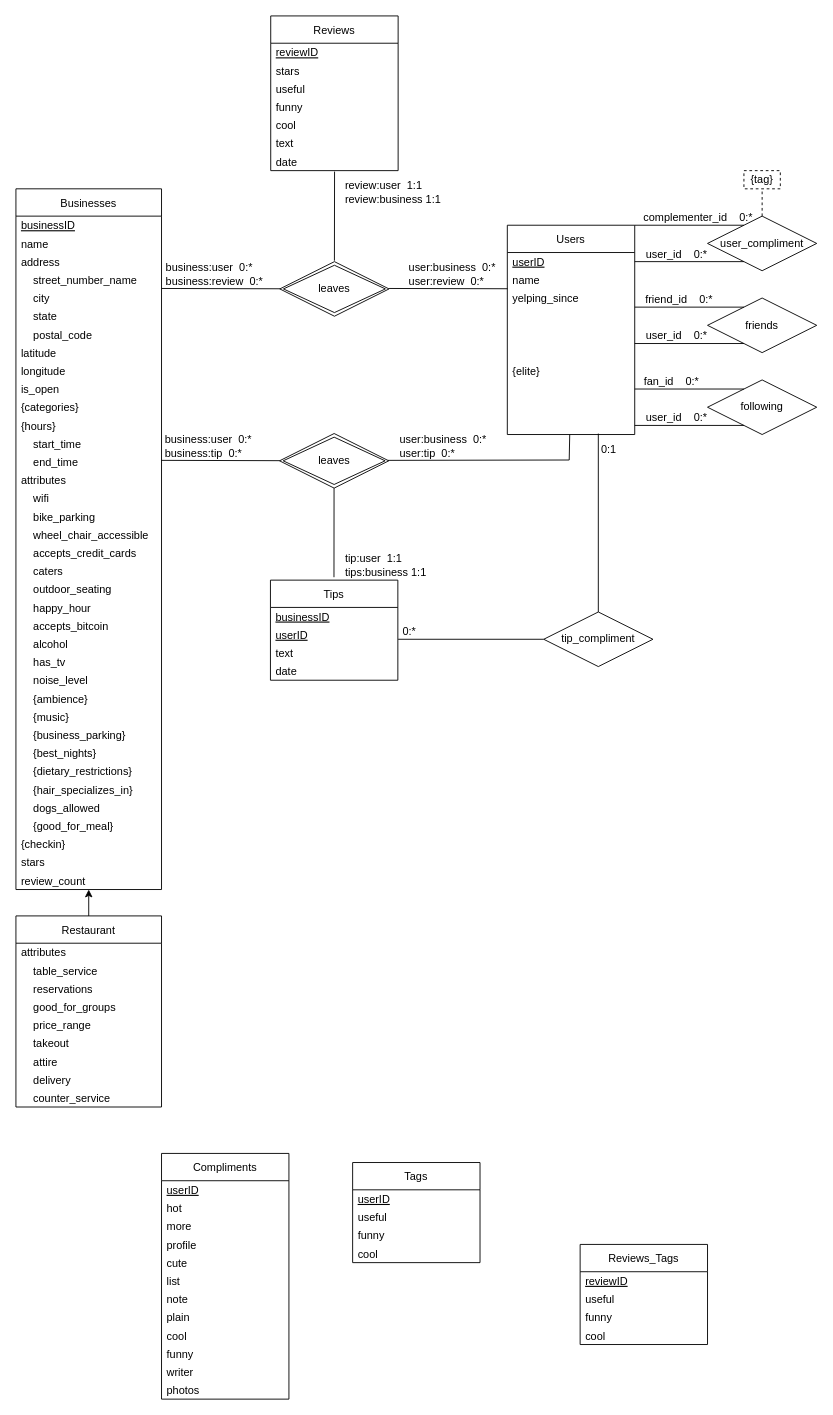
Earlier version of the draw.io diagram page "Page-1" (1 of 2) of documents/ER-model.drawio (connie-ho/data-bites). Source tidied: cells renumbered, new cells numbered last; positions are measured from the earlier drawing's top-left corner, leaving out a move shared by most shapes. Both pictures are drawn from the tidied source at 91%, with x=0, y=0 at pixel (15, 15).
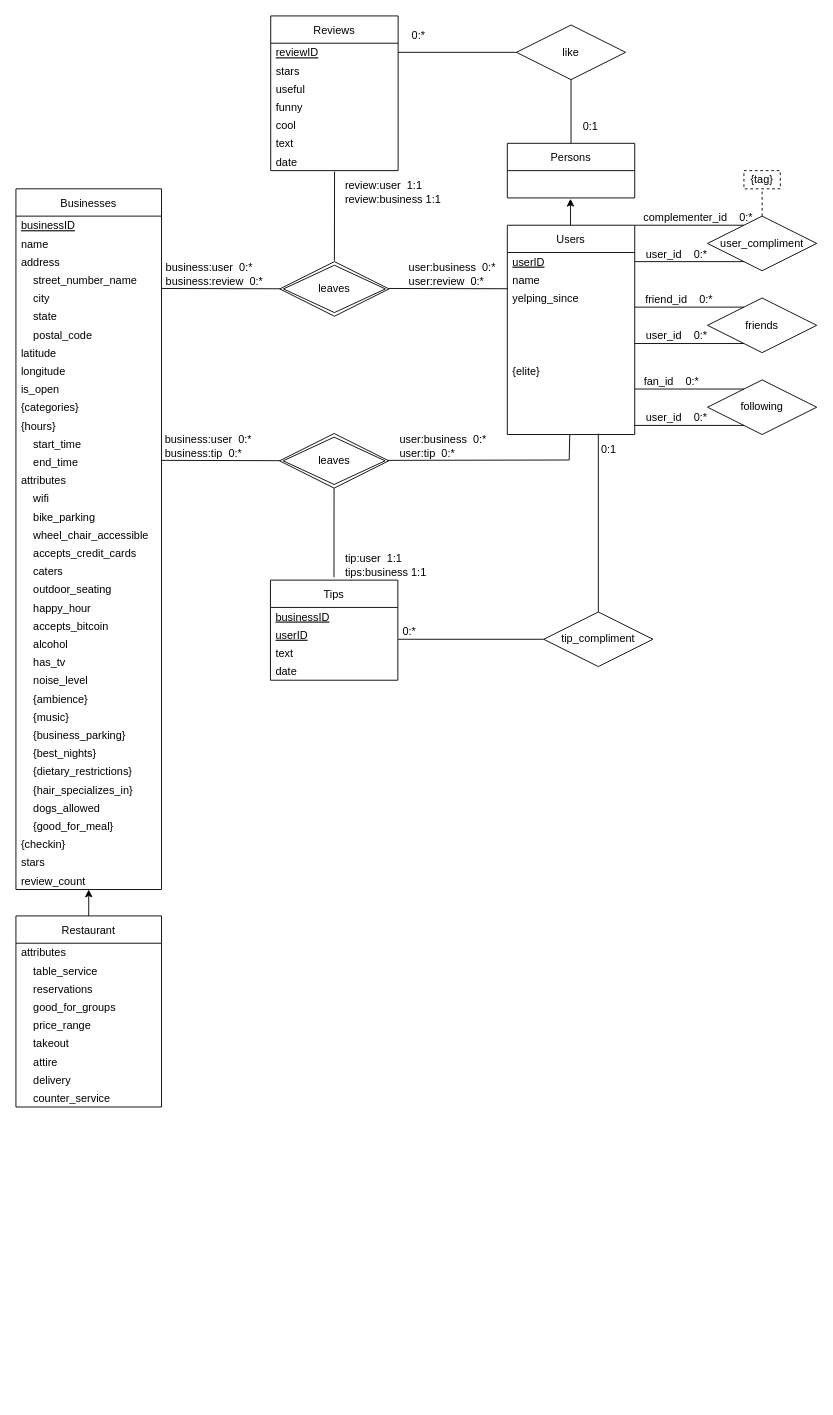
After the change.

The change refers to these unchanged cells:
```xml
<mxCell id="51" value="reviewID" style="text;strokeColor=none;fillColor=none;align=left;verticalAlign=middle;spacingLeft=4;spacingRight=4;overflow=hidden;points=[[0,0.5],[1,0.5]];portConstraint=eastwest;fontStyle=4;" parent="50" vertex="1">
  <mxGeometry y="30" width="140" height="20" as="geometry" />
</mxCell>
```

What changed in the source:
```diff
@@
-    <mxCell id="68" value="Reviews_Tags" style="swimlane;fontStyle=0;horizontal=1;startSize=30;" parent="1" vertex="1">
-      <mxGeometry x="620" y="1350" width="140" height="110" as="geometry" />
-    </mxCell>
-    <mxCell id="69" value="reviewID" style="text;strokeColor=none;fillColor=none;align=left;verticalAlign=middle;spacingLeft=4;spacingRight=4;overflow=hidden;fontStyle=4;" parent="68" vertex="1">
-      <mxGeometry y="30" width="140" height="20" as="geometry" />
-    </mxCell>
-    <mxCell id="70" value="useful" style="text;strokeColor=none;fillColor=none;align=left;verticalAlign=middle;spacingLeft=4;spacingRight=4;overflow=hidden;fontStyle=0;" parent="68" vertex="1">
-      <mxGeometry y="50" width="140" height="20" as="geometry" />
-    </mxCell>
-    <mxCell id="71" value="funny" style="text;strokeColor=none;fillColor=none;align=left;verticalAlign=middle;spacingLeft=4;spacingRight=4;overflow=hidden;fontStyle=0;" parent="68" vertex="1">
-      <mxGeometry y="70" width="140" height="20" as="geometry" />
-    </mxCell>
-    <mxCell id="72" value="cool" style="text;strokeColor=none;fillColor=none;align=left;verticalAlign=middle;spacingLeft=4;spacingRight=4;overflow=hidden;fontStyle=0;" parent="68" vertex="1">
-      <mxGeometry y="90" width="140" height="20" as="geometry" />
-    </mxCell>
-    <mxCell id="73" value="Tags" style="swimlane;fontStyle=0;horizontal=1;startSize=30;" parent="1" vertex="1">
-      <mxGeometry x="370" y="1260" width="140" height="110" as="geometry" />
-    </mxCell>
-    <mxCell id="74" value="userID" style="text;strokeColor=none;fillColor=none;align=left;verticalAlign=middle;spacingLeft=4;spacingRight=4;overflow=hidden;fontStyle=4;" parent="73" vertex="1">
-      <mxGeometry y="30" width="140" height="20" as="geometry" />
-    </mxCell>
-    <mxCell id="75" value="useful" style="text;strokeColor=none;fillColor=none;align=left;verticalAlign=middle;spacingLeft=4;spacingRight=4;overflow=hidden;fontStyle=0;" parent="73" vertex="1">
-      <mxGeometry y="50" width="140" height="20" as="geometry" />
-    </mxCell>
-    <mxCell id="76" value="funny" style="text;strokeColor=none;fillColor=none;align=left;verticalAlign=middle;spacingLeft=4;spacingRight=4;overflow=hidden;fontStyle=0;" parent="73" vertex="1">
-      <mxGeometry y="70" width="140" height="20" as="geometry" />
-    </mxCell>
-    <mxCell id="77" value="cool" style="text;strokeColor=none;fillColor=none;align=left;verticalAlign=middle;spacingLeft=4;spacingRight=4;overflow=hidden;fontStyle=0;" parent="73" vertex="1">
-      <mxGeometry y="90" width="140" height="20" as="geometry" />
-    </mxCell>
-    <mxCell id="78" value="Compliments" style="swimlane;fontStyle=0;horizontal=1;startSize=30;" parent="1" vertex="1">
-      <mxGeometry x="160" y="1250" width="140" height="270" as="geometry" />
-    </mxCell>
-    <mxCell id="79" value="userID" style="text;strokeColor=none;fillColor=none;align=left;verticalAlign=middle;spacingLeft=4;spacingRight=4;overflow=hidden;fontStyle=4;" parent="78" vertex="1">
-      <mxGeometry y="30" width="140" height="20" as="geometry" />
-    </mxCell>
-    <mxCell id="80" value="hot" style="text;strokeColor=none;fillColor=none;align=left;verticalAlign=middle;spacingLeft=4;spacingRight=4;overflow=hidden;fontStyle=0;" parent="78" vertex="1">
-      <mxGeometry y="50" width="140" height="20" as="geometry" />
-    </mxCell>
-    <mxCell id="81" value="more" style="text;strokeColor=none;fillColor=none;align=left;verticalAlign=middle;spacingLeft=4;spacingRight=4;overflow=hidden;fontStyle=0;" parent="78" vertex="1">
-      <mxGeometry y="70" width="140" height="20" as="geometry" />
-    </mxCell>
-    <mxCell id="82" value="profile" style="text;strokeColor=none;fillColor=none;align=left;verticalAlign=middle;spacingLeft=4;spacingRight=4;overflow=hidden;fontStyle=0;" parent="78" vertex="1">
-      <mxGeometry y="90" width="140" height="20" as="geometry" />
-    </mxCell>
-    <mxCell id="83" value="cute" style="text;strokeColor=none;fillColor=none;align=left;verticalAlign=middle;spacingLeft=4;spacingRight=4;overflow=hidden;fontStyle=0;" parent="78" vertex="1">
-      <mxGeometry y="110" width="140" height="20" as="geometry" />
-    </mxCell>
-    <mxCell id="84" value="list" style="text;strokeColor=none;fillColor=none;align=left;verticalAlign=middle;spacingLeft=4;spacingRight=4;overflow=hidden;fontStyle=0;" parent="78" vertex="1">
-      <mxGeometry y="130" width="140" height="20" as="geometry" />
-    </mxCell>
-    <mxCell id="85" value="note" style="text;strokeColor=none;fillColor=none;align=left;verticalAlign=middle;spacingLeft=4;spacingRight=4;overflow=hidden;fontStyle=0;" parent="78" vertex="1">
-      <mxGeometry y="150" width="140" height="20" as="geometry" />
-    </mxCell>
-    <mxCell id="86" value="plain" style="text;strokeColor=none;fillColor=none;align=left;verticalAlign=middle;spacingLeft=4;spacingRight=4;overflow=hidden;fontStyle=0;" parent="78" vertex="1">
-      <mxGeometry y="170" width="140" height="20" as="geometry" />
-    </mxCell>
-    <mxCell id="87" value="cool" style="text;strokeColor=none;fillColor=none;align=left;verticalAlign=middle;spacingLeft=4;spacingRight=4;overflow=hidden;fontStyle=0;" parent="78" vertex="1">
-      <mxGeometry y="190" width="140" height="20" as="geometry" />
-    </mxCell>
-    <mxCell id="88" value="funny" style="text;strokeColor=none;fillColor=none;align=left;verticalAlign=middle;spacingLeft=4;spacingRight=4;overflow=hidden;fontStyle=0;" parent="78" vertex="1">
-      <mxGeometry y="210" width="140" height="20" as="geometry" />
-    </mxCell>
-    <mxCell id="89" value="writer" style="text;strokeColor=none;fillColor=none;align=left;verticalAlign=middle;spacingLeft=4;spacingRight=4;overflow=hidden;fontStyle=0;" parent="78" vertex="1">
-      <mxGeometry y="230" width="140" height="20" as="geometry" />
-    </mxCell>
-    <mxCell id="90" value="photos" style="text;strokeColor=none;fillColor=none;align=left;verticalAlign=middle;spacingLeft=4;spacingRight=4;overflow=hidden;fontStyle=0;" parent="78" vertex="1">
-      <mxGeometry y="250" width="140" height="20" as="geometry" />
-    </mxCell>
@@
+    <mxCell id="128" value="Persons" style="swimlane;fontStyle=0;horizontal=1;startSize=30;" parent="1" vertex="1">
+      <mxGeometry x="540" y="140" width="140" height="60" as="geometry" />
+    </mxCell>
+    <mxCell id="129" value="like" style="shape=rhombus;perimeter=rhombusPerimeter;whiteSpace=wrap;html=1;align=center;" parent="1" vertex="1">
+      <mxGeometry x="550" y="10" width="120" height="60" as="geometry" />
+    </mxCell>
+    <mxCell id="130" style="endArrow=none;html=1;rounded=0;entryX=0;entryY=0.5;entryDx=0;entryDy=0;exitX=1;exitY=0.5;exitDx=0;exitDy=0;" parent="1" edge="1" source="51" target="129">
+      <mxGeometry relative="1" as="geometry" />
+    </mxCell>
+    <mxCell id="131" value="0:*" style="html=1;align=right;verticalAlign=bottom;" parent="130" vertex="1">
+      <mxGeometry x="1" relative="1" as="geometry">
+        <mxPoint x="-100" y="-10" as="offset" />
+      </mxGeometry>
+    </mxCell>
+    <mxCell id="132" style="endArrow=none;html=1;rounded=0;exitX=0.5;exitY=0;exitDx=0;exitDy=0;entryX=0.5;entryY=1;entryDx=0;entryDy=0;" parent="1" edge="1" source="128" target="129">
+      <mxGeometry relative="1" as="geometry" />
+    </mxCell>
+    <mxCell id="133" value="0:1" style="html=1;align=right;verticalAlign=bottom;" parent="132" vertex="1">
+      <mxGeometry x="1" relative="1" as="geometry">
+        <mxPoint x="30" y="60" as="offset" />
+      </mxGeometry>
+    </mxCell>
+    <mxCell id="134" style="endArrow=classic;html=1;" parent="1" edge="1">
+      <mxGeometry relative="1" as="geometry">
+        <mxPoint x="609.4" y="230" as="sourcePoint" />
+        <mxPoint x="609.4" y="201" as="targetPoint" />
+      </mxGeometry>
+    </mxCell>
```
